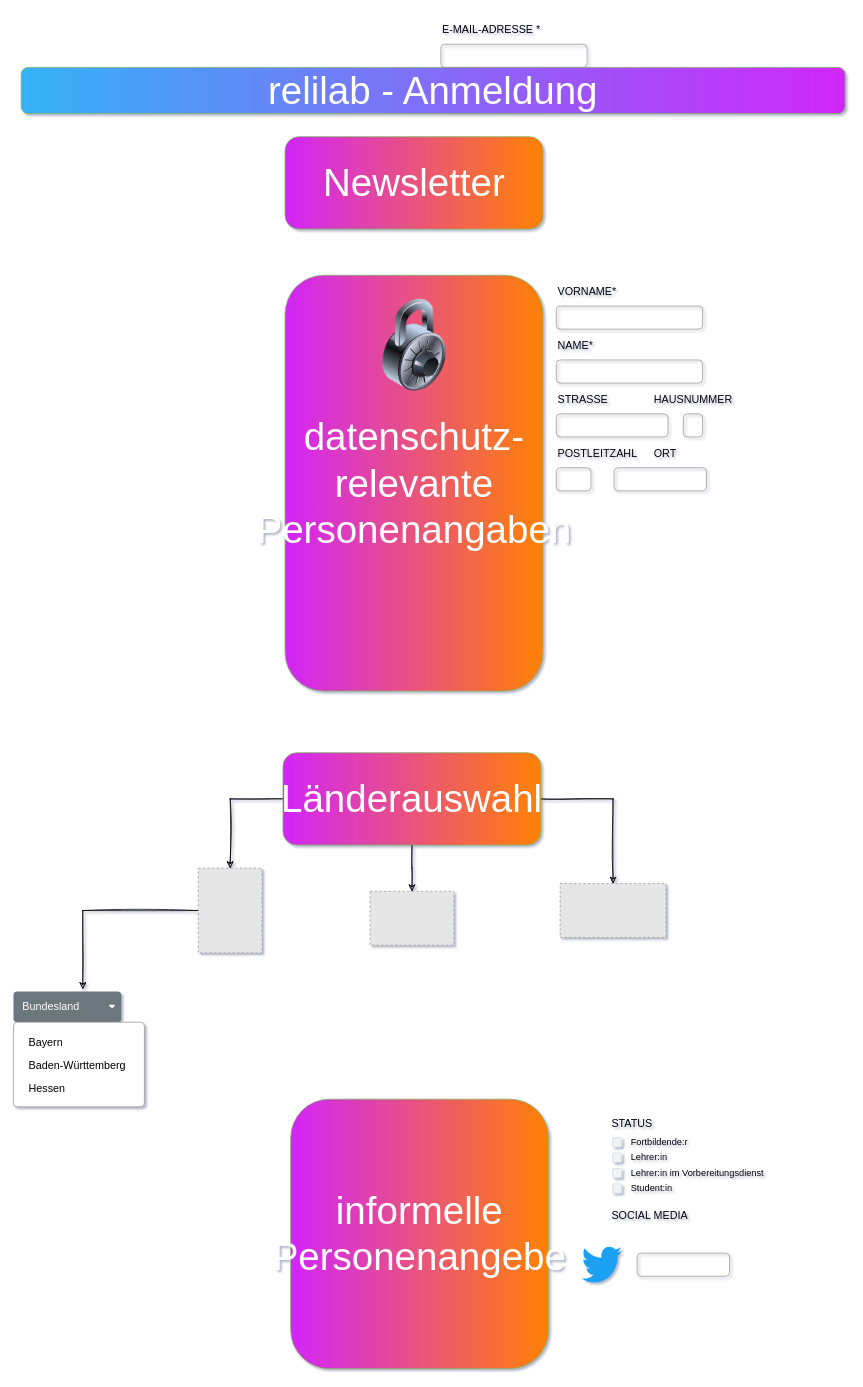
The draw.io diagram relilab-anmeldung.drawio in rpi-virtuell/relilab, before the edit. Source tidied: cells renumbered, new cells numbered last; positions are measured from the earlier drawing's top-left corner, leaving out a move shared by most shapes. Both pictures are drawn from the tidied source at 77%, with x=0, y=0 at pixel (13, 67). Pictures stored in the file or linked from it are replaced by grey dashed boxes.
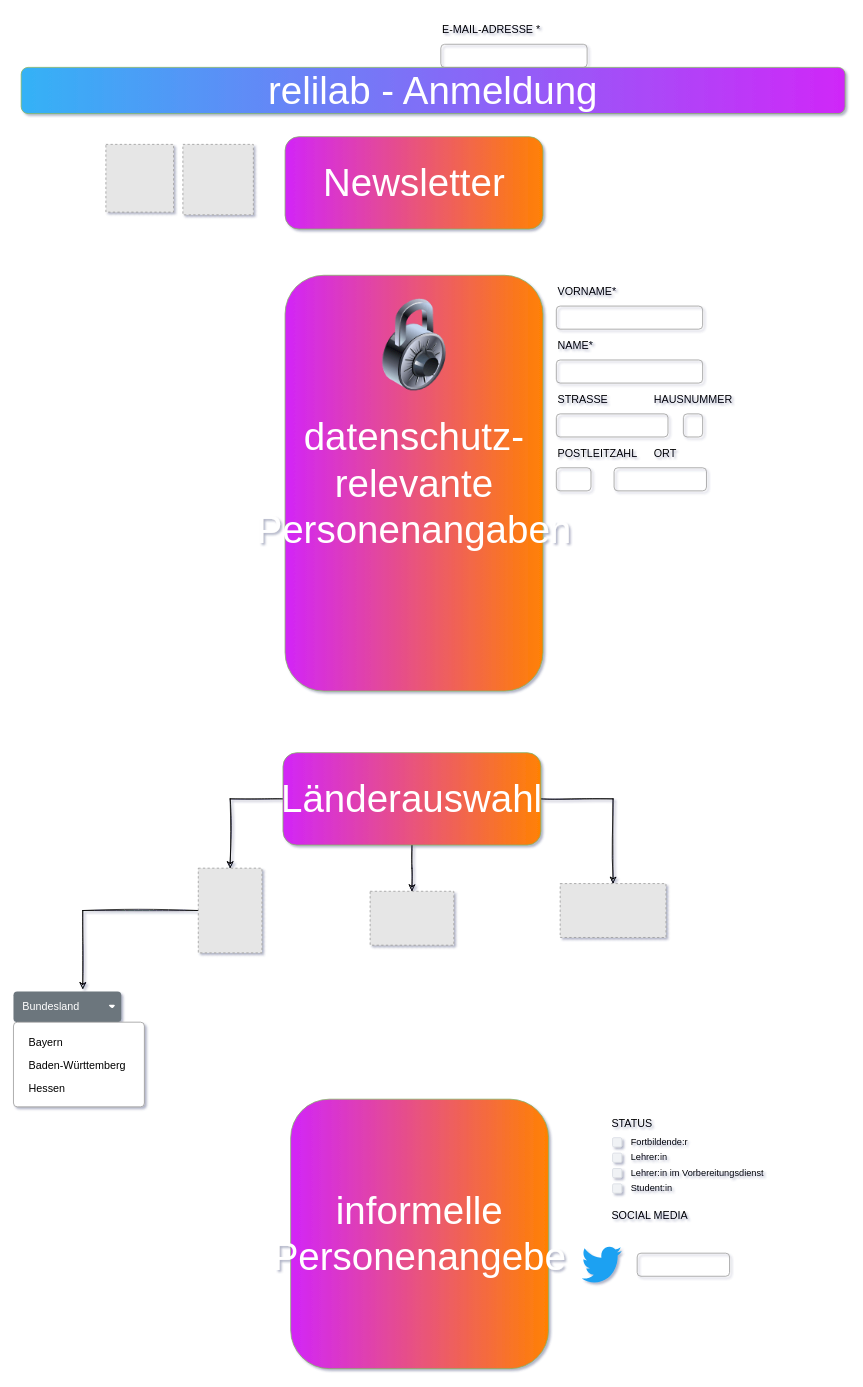
Above is the later version.

What changed in the source:
```diff
@@
+    <mxCell id="44" style="fillColor=#E6E6E6;strokeColor=#999999;dashed=1;html=1;verticalAlign=top;verticalLabelPosition=bottom;labelBackgroundColor=none;fontColor=none;" parent="1" vertex="1">
+      <mxGeometry x="220" y="100" width="91.5" height="91.5" as="geometry" />
+    </mxCell>
+    <mxCell id="45" style="fillColor=#E6E6E6;strokeColor=#999999;dashed=1;html=1;verticalAlign=top;verticalLabelPosition=bottom;labelBackgroundColor=#ffffff;fontColor=none;" parent="1" vertex="1">
+      <mxGeometry x="120" y="100" width="88" height="88" as="geometry" />
+    </mxCell>
```
